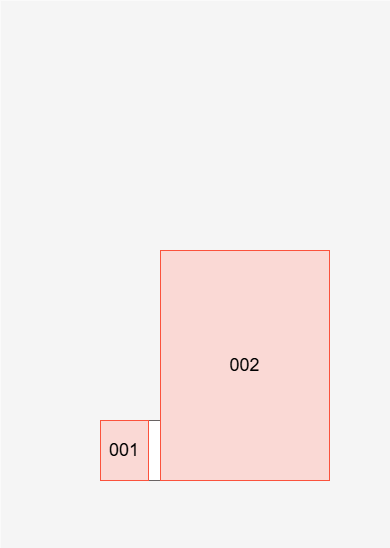
This is floormap0.png from w4serinn/neurolife_pharma, a draw.io export, as it was before one commit. Source tidied: cells renumbered, new cells last; positions are measured from the earlier drawing's top-left corner, leaving out a move shared by most shapes.
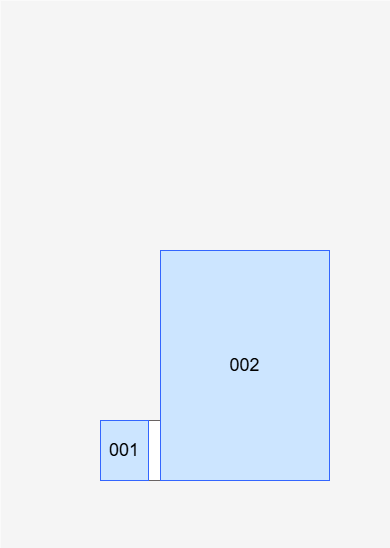
The same file after the commit.

Change to the diagram source:
```diff
@@ -8,10 +8,10 @@
     <mxCell id="3" style="rounded=0;whiteSpace=wrap;html=1;fillColor=light-dark(#ffffff, #ffffff);strokeColor=light-dark(#696363, #ffffff);fontColor=#1a1a1a;fontSize=18;" parent="1" vertex="1">
       <mxGeometry x="148" y="420" width="12" height="60" as="geometry" />
     </mxCell>
-    <mxCell id="4" value="001" style="rounded=0;whiteSpace=wrap;html=1;fillColor=#fad9d5;strokeColor=light-dark(#fb523c, #ec8f82);fontSize=18;" parent="1" vertex="1">
+    <mxCell id="4" value="001" style="rounded=0;whiteSpace=wrap;html=1;fillColor=light-dark(#CCE5FF,#182E44);strokeColor=light-dark(#3366FF,#577ED3);fontSize=18;" parent="1" vertex="1">
       <mxGeometry x="100" y="420" width="48" height="60" as="geometry" />
     </mxCell>
-    <mxCell id="5" value="002" style="rounded=0;whiteSpace=wrap;html=1;fillColor=#fad9d5;strokeColor=light-dark(#fb523c, #ec8f82);fontSize=18;" parent="1" vertex="1">
+    <mxCell id="5" value="002" style="rounded=0;whiteSpace=wrap;html=1;fillColor=light-dark(#CCE5FF,#182E44);strokeColor=light-dark(#3366FF,#577ED3);fontSize=18;" parent="1" vertex="1">
       <mxGeometry x="160" y="250" width="169" height="230" as="geometry" />
     </mxCell>
   </root>
```
